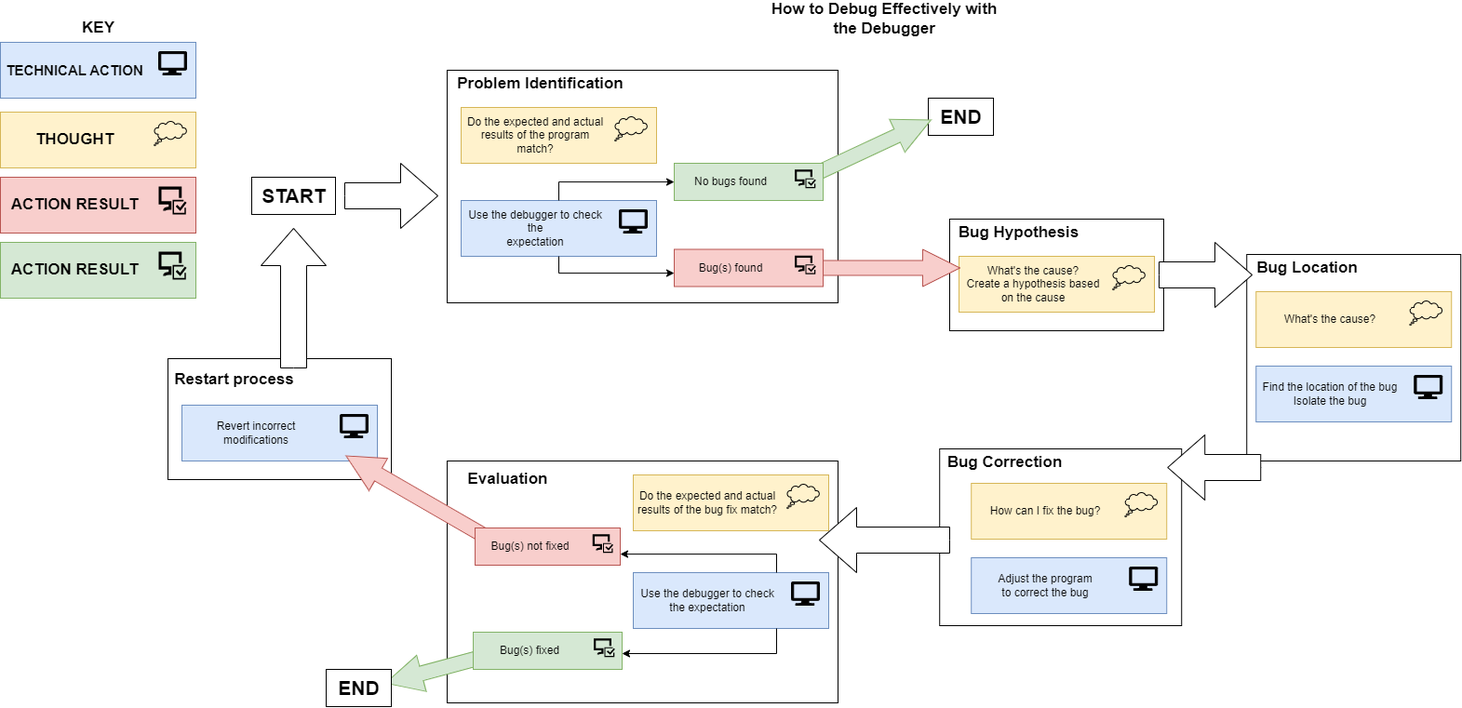
This is diagrams/programDebuggingFramework.png from otto2048/honours-project, a draw.io export, as it was before one commit. Source tidied: cells renumbered, new cells last; positions are measured from the earlier drawing's top-left corner, leaving out a move shared by most shapes.
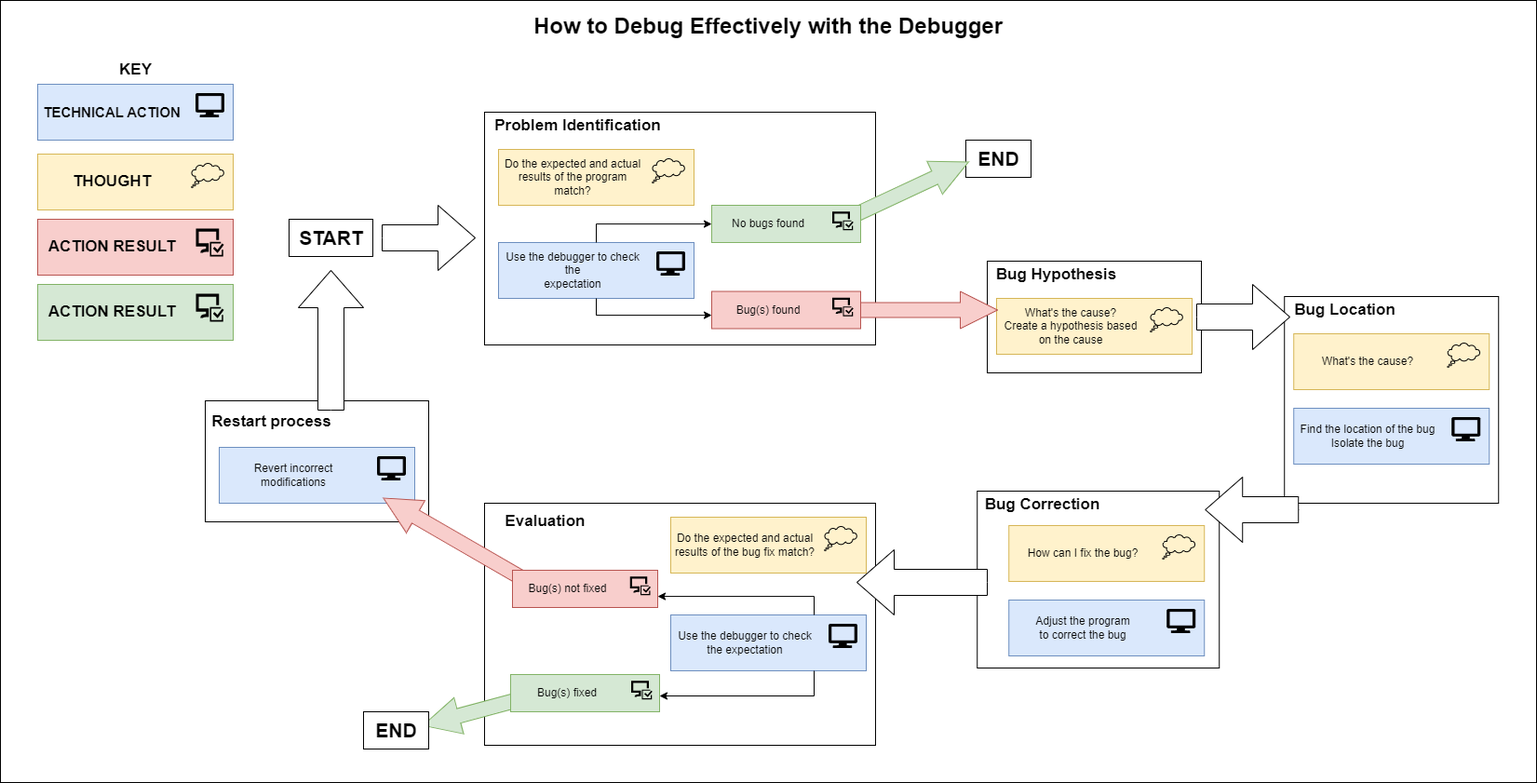
Above is the later version.

Change to the diagram source:
```diff
@@ -2,6 +2,9 @@
   <root>
     <mxCell id="0" />
     <mxCell id="1" parent="0" />
+    <mxCell id="108" style="rounded=0;whiteSpace=wrap;html=1;" parent="1" vertex="1">
+      <mxGeometry x="-40" y="-50" width="1650" height="840" as="geometry" />
+    </mxCell>
     <mxCell id="2" style="group;" parent="1" vertex="1">
       <mxGeometry x="1020" y="230" width="230" height="120" as="geometry" />
     </mxCell>
@@ -119,8 +122,8 @@
     <mxCell id="40" style="html=1;shadow=0;dashed=0;align=center;verticalAlign=middle;shape=mxgraph.arrows2.arrow;dy=0.6;dx=40;notch=0;rotation=-195;fillColor=#d5e8d4;strokeColor=#82b366;" parent="1" vertex="1">
       <mxGeometry x="411.3" y="690" width="144.2" height="40" as="geometry" />
     </mxCell>
-    <mxCell id="41" value="&lt;b&gt;&lt;font style=&quot;font-size: 17px;&quot;&gt;How to Debug Effectively with the Debugger&lt;/font&gt;&lt;/b&gt;" style="text;html=1;strokeColor=none;fillColor=none;align=center;verticalAlign=middle;whiteSpace=wrap;rounded=0;" parent="1" vertex="1">
-      <mxGeometry x="825" width="250" height="30" as="geometry" />
+    <mxCell id="41" value="&lt;b&gt;&lt;font style=&quot;font-size: 24px;&quot;&gt;How to Debug Effectively with the Debugger&lt;/font&gt;&lt;/b&gt;" style="text;html=1;strokeColor=none;fillColor=none;align=center;verticalAlign=middle;whiteSpace=wrap;rounded=0;spacingBottom=0;spacing=2;" parent="1" vertex="1">
+      <mxGeometry x="479" y="-37" width="612" height="30" as="geometry" />
     </mxCell>
     <mxCell id="42" style="group;" parent="1" vertex="1">
       <mxGeometry x="680" y="505" width="210" height="60" as="geometry" />
```
